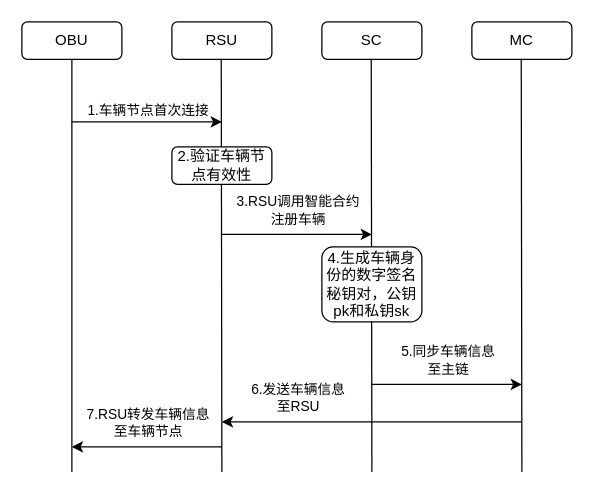
This is 数据上传流程.drawio from burnandgun/diagrams, a draw.io file, before an edit. Source tidied: cells renumbered, new cells numbered last; positions are measured from the earlier drawing's top-left corner, leaving out a move shared by most shapes. Both pictures are drawn from the tidied source at 125%, with x=0, y=0 at pixel (21, 21).
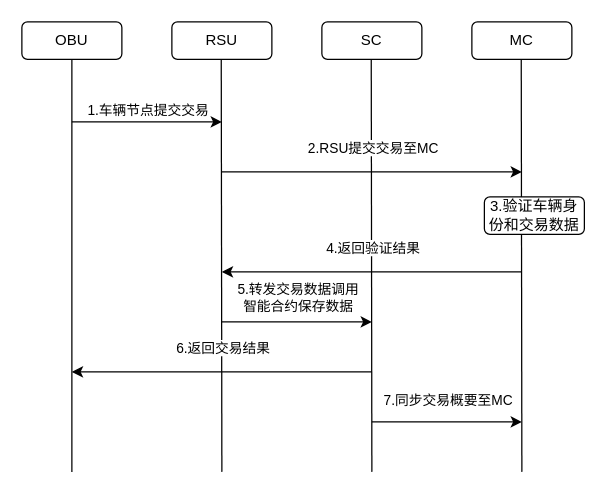
After the change.

Commit message:
更新数据上传流程.drawio

Unchanged cells that the change refers to:
```xml
<mxCell id="10" style="endArrow=classic;html=1;rounded=0;" parent="1" edge="1">
  <mxGeometry relative="1" as="geometry">
    <mxPoint x="40" y="80" as="sourcePoint" />
    <mxPoint x="160" y="80" as="targetPoint" />
  </mxGeometry>
</mxCell>
```

The edit, as a diff of the source:
```diff
@@
-    <mxCell id="11" value="1.车辆节点首次连接" style="edgeLabel;html=1;align=center;verticalAlign=middle;" parent="10" vertex="1">
+    <mxCell id="11" value="1.车辆节点提交交易" style="edgeLabel;html=1;align=center;verticalAlign=middle;" parent="10" vertex="1">
       <mxGeometry x="0.47" y="-1" relative="1" as="geometry">
         <mxPoint x="-28" y="-11" as="offset" />
       </mxGeometry>
     </mxCell>
-    <mxCell id="12" value="2.验证车辆节点有效性" style="rounded=1;whiteSpace=wrap;html=1;" parent="1" vertex="1">
-      <mxGeometry x="120" y="100" width="80" height="30" as="geometry" />
+    <mxCell id="12" value="3.验证车辆身份和交易数据" style="rounded=1;whiteSpace=wrap;html=1;" parent="1" vertex="1">
+      <mxGeometry x="370" y="140" width="80" height="30" as="geometry" />
     </mxCell>
     <mxCell id="13" style="endArrow=classic;html=1;rounded=0;" parent="1" edge="1">
       <mxGeometry relative="1" as="geometry">
-        <mxPoint x="160" y="170" as="sourcePoint" />
-        <mxPoint x="280" y="170" as="targetPoint" />
+        <mxPoint x="160" y="120" as="sourcePoint" />
+        <mxPoint x="400" y="120" as="targetPoint" />
       </mxGeometry>
     </mxCell>
-    <mxCell id="14" value="3.RSU调用智能合约&lt;br&gt;注册车辆" style="edgeLabel;html=1;align=center;verticalAlign=middle;" parent="13" vertex="1">
+    <mxCell id="14" value="2.RSU提交交易至MC" style="edgeLabel;html=1;align=center;verticalAlign=middle;" parent="13" vertex="1">
       <mxGeometry x="0.47" y="-1" relative="1" as="geometry">
-        <mxPoint x="-28" y="-21" as="offset" />
+        <mxPoint x="-56" y="-21" as="offset" />
       </mxGeometry>
     </mxCell>
-    <mxCell id="15" value="4.生成车辆身份的数字签名秘钥对，公钥pk和私钥sk" style="rounded=1;whiteSpace=wrap;html=1;" parent="1" vertex="1">
-      <mxGeometry x="240" y="180" width="80" height="60" as="geometry" />
-    </mxCell>
-    <mxCell id="16" style="endArrow=classic;html=1;rounded=0;" parent="1" edge="1">
-      <mxGeometry relative="1" as="geometry">
-        <mxPoint x="280" y="290" as="sourcePoint" />
-        <mxPoint x="400" y="290" as="targetPoint" />
-      </mxGeometry>
-    </mxCell>
-    <mxCell id="17" value="5.同步车辆信息&lt;br&gt;至主链" style="edgeLabel;html=1;align=center;verticalAlign=middle;" parent="16" vertex="1">
-      <mxGeometry x="0.47" y="-1" relative="1" as="geometry">
-        <mxPoint x="-28" y="-21" as="offset" />
-      </mxGeometry>
-    </mxCell>
     <mxCell id="18" style="endArrow=classic;html=1;rounded=0;" parent="1" edge="1">
       <mxGeometry relative="1" as="geometry">
-        <mxPoint x="400" y="320" as="sourcePoint" />
-        <mxPoint x="160" y="320" as="targetPoint" />
+        <mxPoint x="400" y="200" as="sourcePoint" />
+        <mxPoint x="160" y="200" as="targetPoint" />
       </mxGeometry>
     </mxCell>
-    <mxCell id="19" value="6.发送车辆信息&lt;br&gt;至RSU" style="edgeLabel;html=1;align=center;verticalAlign=middle;" parent="18" vertex="1">
+    <mxCell id="19" value="4.返回验证结果" style="edgeLabel;html=1;align=center;verticalAlign=middle;" parent="18" vertex="1">
       <mxGeometry x="0.47" y="-1" relative="1" as="geometry">
-        <mxPoint x="-4" y="-19" as="offset" />
+        <mxPoint x="56" y="-19" as="offset" />
       </mxGeometry>
     </mxCell>
     <mxCell id="20" style="endArrow=classic;html=1;rounded=0;" parent="1" edge="1">
       <mxGeometry relative="1" as="geometry">
-        <mxPoint x="160" y="340" as="sourcePoint" />
-        <mxPoint x="40" y="340" as="targetPoint" />
+        <mxPoint x="280" y="280" as="sourcePoint" />
+        <mxPoint x="40" y="280" as="targetPoint" />
       </mxGeometry>
     </mxCell>
-    <mxCell id="21" value="7.RSU转发车辆信息&lt;br&gt;至车辆节点" style="edgeLabel;html=1;align=center;verticalAlign=middle;" parent="20" vertex="1">
+    <mxCell id="21" value="6.返回交易结果" style="edgeLabel;html=1;align=center;verticalAlign=middle;" parent="20" vertex="1">
       <mxGeometry x="0.47" y="-1" relative="1" as="geometry">
-        <mxPoint x="28" y="-19" as="offset" />
+        <mxPoint x="56" y="-19" as="offset" />
       </mxGeometry>
     </mxCell>
+    <mxCell id="22" style="endArrow=classic;html=1;rounded=0;" parent="1" edge="1">
+      <mxGeometry relative="1" as="geometry">
+        <mxPoint x="160" y="240" as="sourcePoint" />
+        <mxPoint x="280" y="240" as="targetPoint" />
+      </mxGeometry>
+    </mxCell>
+    <mxCell id="23" value="5.转发交易数据调用&lt;br&gt;智能合约保存数据" style="edgeLabel;html=1;align=center;verticalAlign=middle;" parent="22" vertex="1">
+      <mxGeometry x="0.47" y="-1" relative="1" as="geometry">
+        <mxPoint x="-28" y="-21" as="offset" />
+      </mxGeometry>
+    </mxCell>
+    <mxCell id="24" style="endArrow=classic;html=1;rounded=0;" parent="1" edge="1">
+      <mxGeometry relative="1" as="geometry">
+        <mxPoint x="280" y="320" as="sourcePoint" />
+        <mxPoint x="400" y="320" as="targetPoint" />
+      </mxGeometry>
+    </mxCell>
+    <mxCell id="25" value="7.同步交易概要至MC" style="edgeLabel;html=1;align=center;verticalAlign=middle;" parent="24" vertex="1">
+      <mxGeometry x="0.47" y="-1" relative="1" as="geometry">
+        <mxPoint x="-28" y="-19" as="offset" />
+      </mxGeometry>
+    </mxCell>
```
